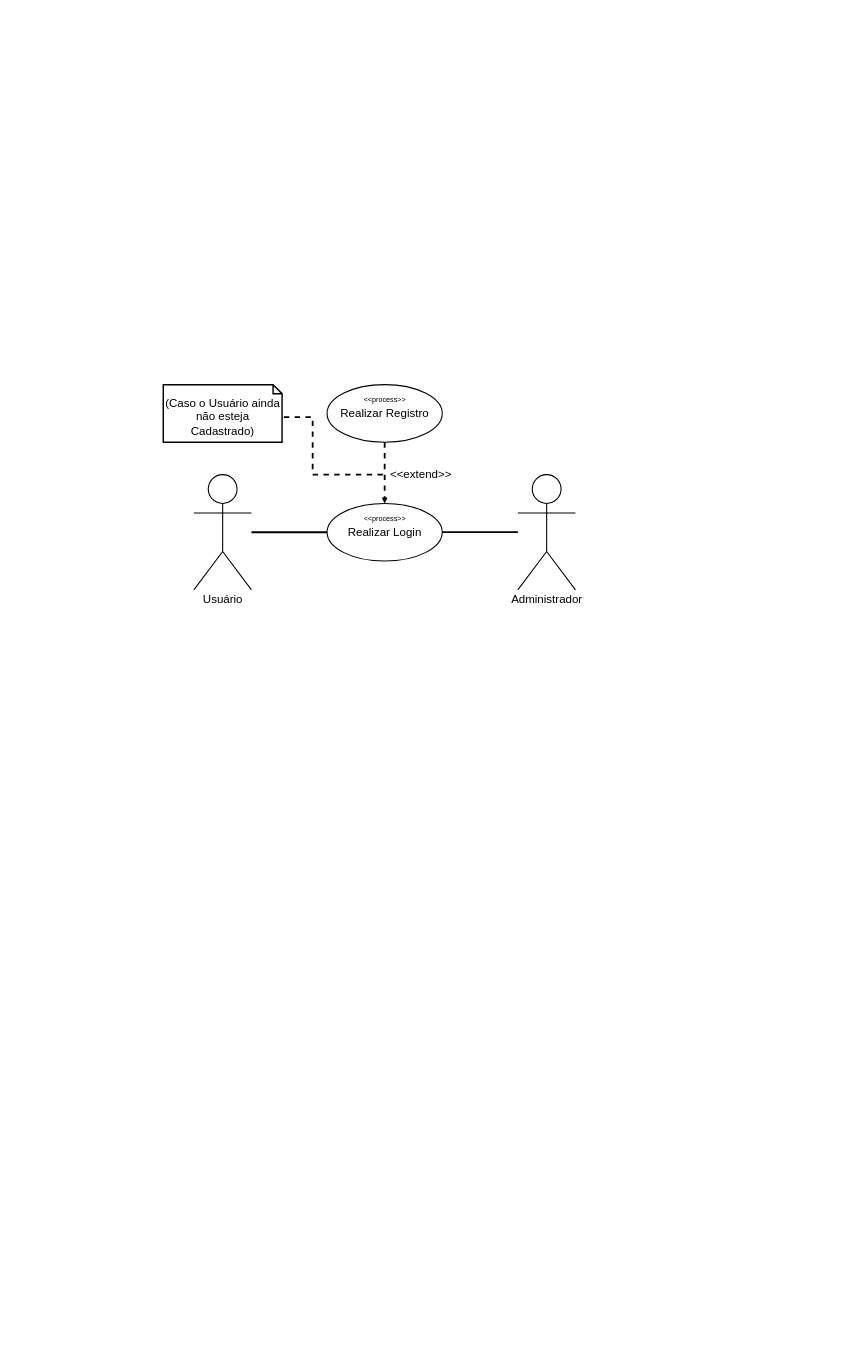
Before: misc/diagramas/Diagrama de Casos de Uso.drawio in VerbalThree/OpenVoice, a draw.io diagram. Source tidied: cells renumbered, new cells numbered last; positions are measured from the earlier drawing's top-left corner, leaving out a move shared by most shapes. Both pictures are drawn from the tidied source at 36%, with x=0, y=0 at pixel (163, 384). Pictures stored in the file or linked from it are replaced by grey dashed boxes.
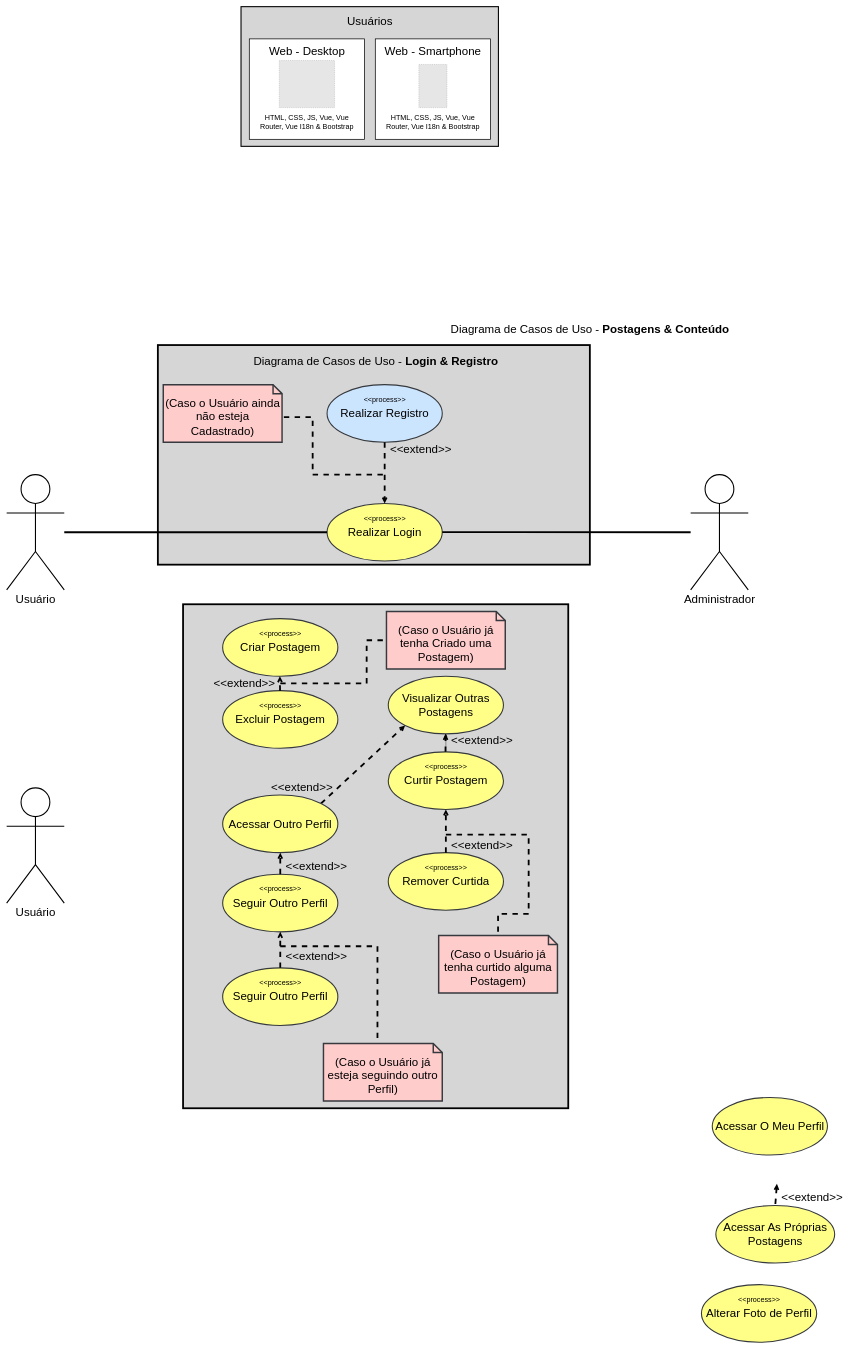
Above is the later version.

Change to the diagram source:
```diff
@@
+    <mxCell id="13" style="rounded=0;whiteSpace=wrap;html=1;fillColor=#D6D6D6;strokeWidth=5;" parent="1" vertex="1">
+      <mxGeometry x="-15" y="-110" width="1200" height="610" as="geometry" />
+    </mxCell>
     <mxCell id="2" value="&lt;font style=&quot;font-size: 32px;&quot;&gt;Usuário&lt;/font&gt;" style="shape=umlActor;verticalLabelPosition=bottom;verticalAlign=top;html=1;strokeWidth=3;" parent="1" vertex="1">
-      <mxGeometry x="85" y="250" width="160" height="320" as="geometry" />
+      <mxGeometry x="-435" y="250" width="160" height="320" as="geometry" />
     </mxCell>
-    <mxCell id="3" value="&lt;font style=&quot;font-size: 32px;&quot;&gt;Realizar Login&lt;br&gt;&lt;/font&gt;" style="ellipse;whiteSpace=wrap;html=1;strokeWidth=3;" parent="1" vertex="1">
+    <mxCell id="3" value="&lt;font style=&quot;font-size: 32px;&quot;&gt;Realizar Login&lt;br&gt;&lt;/font&gt;" style="ellipse;whiteSpace=wrap;html=1;strokeWidth=3;fillColor=#ffff88;strokeColor=#36393d;" parent="1" vertex="1">
       <mxGeometry x="455" y="330" width="320" height="160" as="geometry" />
     </mxCell>
     <mxCell id="4" value="&lt;font style=&quot;font-size: 32px;&quot;&gt;Administrador&lt;/font&gt;" style="shape=umlActor;verticalLabelPosition=bottom;verticalAlign=top;html=1;strokeWidth=3;" parent="1" vertex="1">
-      <mxGeometry x="985" y="250" width="160" height="320" as="geometry" />
+      <mxGeometry x="1465" y="250" width="160" height="320" as="geometry" />
     </mxCell>
-    <mxCell id="5" value="&lt;font style=&quot;font-size: 32px;&quot;&gt;Realizar Registro&lt;br&gt;&lt;/font&gt;" style="ellipse;whiteSpace=wrap;html=1;strokeWidth=3;" parent="1" vertex="1">
+    <mxCell id="5" value="&lt;font style=&quot;font-size: 32px;&quot;&gt;Realizar Registro&lt;br&gt;&lt;/font&gt;" style="ellipse;whiteSpace=wrap;html=1;strokeWidth=3;fillColor=#cce5ff;strokeColor=#36393d;" parent="1" vertex="1">
       <mxGeometry x="455" width="320" height="160" as="geometry" />
     </mxCell>
     <mxCell id="6" value="&lt;font style=&quot;font-size: 32px;&quot;&gt;&amp;lt;&amp;lt;extend&amp;gt;&amp;gt;&lt;/font&gt;" style="html=1;verticalAlign=bottom;labelBackgroundColor=none;endArrow=open;endFill=0;dashed=1;rounded=0;strokeWidth=5;exitX=0.5;exitY=1;exitDx=0;exitDy=0;entryX=0.5;entryY=0;entryDx=0;entryDy=0;" parent="1" edge="1" source="5" target="3">
-      <mxGeometry x="0.29" y="100" relative="1" as="geometry">
-        <mxPoint y="1" as="offset" />
-      </mxGeometry>
+      <mxGeometry x="-0.53" y="100" relative="1" as="geometry" />
     </mxCell>
@@
-    <mxCell id="8" style="endArrow=none;html=1;rounded=0;strokeWidth=5;entryX=0;entryY=0.5;entryDx=0;entryDy=0;" parent="1" edge="1">
+    <mxCell id="8" style="endArrow=none;html=1;rounded=0;strokeWidth=5;" parent="1" edge="1" target="4">
       <mxGeometry relative="1" as="geometry">
         <mxPoint x="775" y="409.4" as="sourcePoint" />
-        <mxPoint x="985" y="409.4" as="targetPoint" />
       </mxGeometry>
     </mxCell>
-    <mxCell id="9" value="&lt;div align=&quot;center&quot;&gt;&lt;font style=&quot;font-size: 32px;&quot;&gt;(Caso o Usuário ainda não esteja Cadastrado)&lt;/font&gt;&lt;br&gt;&lt;/div&gt;" style="shape=note2;boundedLbl=1;whiteSpace=wrap;html=1;size=25;verticalAlign=top;align=center;strokeWidth=4;" parent="1" vertex="1">
+    <mxCell id="9" value="&lt;div align=&quot;center&quot;&gt;&lt;font style=&quot;font-size: 32px;&quot;&gt;(Caso o Usuário ainda não esteja Cadastrado)&lt;/font&gt;&lt;br&gt;&lt;/div&gt;" style="shape=note2;boundedLbl=1;whiteSpace=wrap;html=1;size=25;verticalAlign=top;align=center;strokeWidth=4;fillColor=#ffcccc;strokeColor=#36393d;" parent="1" vertex="1">
       <mxGeometry width="330" height="160" as="geometry" />
     </mxCell>
@@
+    <mxCell id="14" value="&lt;font style=&quot;font-size: 32px;&quot;&gt;Acessar O Meu Perfil&lt;br&gt;&lt;/font&gt;" style="ellipse;whiteSpace=wrap;html=1;strokeWidth=3;fillColor=#ffff88;strokeColor=#36393d;" parent="1" vertex="1">
+      <mxGeometry x="1525" y="1980" width="320" height="160" as="geometry" />
+    </mxCell>
+    <mxCell id="15" value="&lt;font style=&quot;font-size: 32px;&quot;&gt;Acessar As Próprias Postagens&lt;br&gt;&lt;/font&gt;" style="ellipse;whiteSpace=wrap;html=1;strokeWidth=3;fillColor=#ffff88;strokeColor=#36393d;" parent="1" vertex="1">
+      <mxGeometry x="1535" y="2280" width="330" height="160" as="geometry" />
+    </mxCell>
+    <mxCell id="16" value="&lt;font style=&quot;font-size: 32px;&quot;&gt;&amp;lt;&amp;lt;extend&amp;gt;&amp;gt;&lt;/font&gt;" style="html=1;verticalAlign=bottom;labelBackgroundColor=none;endArrow=none;endFill=0;dashed=1;rounded=0;strokeWidth=5;entryX=0.5;entryY=0;entryDx=0;entryDy=0;startArrow=open;startFill=0;" parent="1" edge="1" target="15">
+      <mxGeometry x="0.62" y="101" relative="1" as="geometry">
+        <mxPoint x="1704.6" y="2220" as="sourcePoint" />
+      </mxGeometry>
+    </mxCell>
+    <mxCell id="17" value="&lt;font style=&quot;font-size: 32px;&quot;&gt;Alterar Foto de Perfil&lt;br&gt;&lt;/font&gt;" style="ellipse;whiteSpace=wrap;html=1;strokeWidth=3;fillColor=#ffff88;strokeColor=#36393d;" parent="1" vertex="1">
+      <mxGeometry x="1495" y="2500" width="320" height="160" as="geometry" />
+    </mxCell>
+    <mxCell id="18" value="&lt;font style=&quot;font-size: 20px;&quot;&gt;&amp;lt;&amp;lt;process&amp;gt;&amp;gt;&lt;/font&gt;" style="text;html=1;align=center;verticalAlign=middle;strokeColor=none;fillColor=none;" parent="1" vertex="1">
+      <mxGeometry x="1585" y="2520" width="140" height="40" as="geometry" />
+    </mxCell>
+    <mxCell id="19" style="group;" parent="1" vertex="1">
+      <mxGeometry x="216" y="-1050" width="715" height="388" as="geometry" />
+    </mxCell>
+    <mxCell id="20" style="rounded=0;whiteSpace=wrap;html=1;font-weight:bold;strokeWidth=3;perimeterSpacing=0;fillColor=#D6D6D6;fillStyle=solid;" parent="19" vertex="1">
+      <mxGeometry width="715" height="388" as="geometry" />
+    </mxCell>
+    <mxCell id="21" value="&lt;font style=&quot;font-size: 32px;&quot;&gt;Usuários&lt;/font&gt;" style="text;html=1;align=center;verticalAlign=middle;whiteSpace=wrap;rounded=0;fontSize=10;" parent="19" vertex="1">
+      <mxGeometry x="297.5" y="25" width="120" height="32" as="geometry" />
+    </mxCell>
+    <mxCell id="22" style="group;" parent="19" vertex="1">
+      <mxGeometry x="23" y="89.5" width="320" height="279" as="geometry" />
+    </mxCell>
+    <mxCell id="23" style="rounded=0;whiteSpace=wrap;html=1;strokeWidth=2;" parent="22" vertex="1">
+      <mxGeometry width="320" height="279" as="geometry" />
+    </mxCell>
+    <mxCell id="24" style="fillColor=#E6E6E6;strokeColor=#999999;dashed=1;verticalLabelPosition=bottom;labelBackgroundColor=default;verticalAlign=top;" parent="22" vertex="1">
+      <mxGeometry x="83.2" y="60" width="153.7" height="131" as="geometry" />
+    </mxCell>
+    <mxCell id="25" value="&lt;font style=&quot;font-size: 32px;&quot;&gt;Web - Desktop&lt;br&gt;&lt;/font&gt;" style="text;html=1;align=center;verticalAlign=middle;whiteSpace=wrap;rounded=0;fontSize=10;" parent="22" vertex="1">
+      <mxGeometry x="25.8" y="17" width="268.5" height="34" as="geometry" />
+    </mxCell>
+    <mxCell id="26" value="&lt;font style=&quot;font-size: 20px;&quot;&gt;HTML, CSS, JS, Vue, Vue Router, Vue I18n &amp;amp; Bootstrap&lt;/font&gt;" style="text;strokeColor=none;fillColor=none;html=1;align=center;verticalAlign=middle;whiteSpace=wrap;rounded=0;fontSize=16;" parent="22" vertex="1">
+      <mxGeometry x="25" y="210" width="270" height="40" as="geometry" />
+    </mxCell>
+    <mxCell id="27" style="group;" parent="19" vertex="1">
+      <mxGeometry x="373" y="89.5" width="320" height="279" as="geometry" />
+    </mxCell>
+    <mxCell id="28" style="rounded=0;whiteSpace=wrap;html=1;strokeWidth=2;" parent="27" vertex="1">
+      <mxGeometry width="320" height="279" as="geometry" />
+    </mxCell>
+    <mxCell id="29" value="&lt;font style=&quot;font-size: 32px;&quot;&gt;Web - Smartphone&lt;br&gt;&lt;/font&gt;" style="text;html=1;align=center;verticalAlign=middle;whiteSpace=wrap;rounded=0;fontSize=10;" parent="27" vertex="1">
+      <mxGeometry x="17.9" y="19.5" width="284.2" height="29" as="geometry" />
+    </mxCell>
+    <mxCell id="30" value="&lt;font style=&quot;font-size: 20px;&quot;&gt;HTML, CSS, JS, Vue, Vue Router, Vue I18n &amp;amp; Bootstrap&lt;/font&gt;" style="text;strokeColor=none;fillColor=none;html=1;align=center;verticalAlign=middle;whiteSpace=wrap;rounded=0;fontSize=16;" parent="27" vertex="1">
+      <mxGeometry x="25" y="210" width="270" height="40" as="geometry" />
+    </mxCell>
+    <mxCell id="31" style="fillColor=#E6E6E6;strokeColor=#999999;dashed=1;verticalLabelPosition=bottom;labelBackgroundColor=default;verticalAlign=top;" parent="27" vertex="1">
+      <mxGeometry x="121" y="71" width="78" height="120" as="geometry" />
+    </mxCell>
+    <mxCell id="32" value="&lt;font style=&quot;font-size: 32px;&quot;&gt;Diagrama de Casos de Uso - &lt;b&gt;Login &amp;amp; Registro&lt;br&gt;&lt;/b&gt;&lt;/font&gt;" style="text;html=1;align=center;verticalAlign=middle;strokeColor=none;fillColor=none;" parent="1" vertex="1">
+      <mxGeometry x="240" y="-90" width="700" height="50" as="geometry" />
+    </mxCell>
+    <mxCell id="33" value="&lt;font style=&quot;font-size: 32px;&quot;&gt;Usuário&lt;/font&gt;" style="shape=umlActor;verticalLabelPosition=bottom;verticalAlign=top;html=1;strokeWidth=3;" parent="1" vertex="1">
+      <mxGeometry x="-435" y="1120" width="160" height="320" as="geometry" />
+    </mxCell>
+    <mxCell id="34" value="&lt;font style=&quot;font-size: 32px;&quot;&gt;Diagrama de Casos de Uso - &lt;b&gt;Postagens &amp;amp; Conteúdo&lt;br&gt;&lt;/b&gt;&lt;/font&gt;" style="text;html=1;align=center;verticalAlign=middle;strokeColor=none;fillColor=none;" parent="1" vertex="1">
+      <mxGeometry x="785" y="-180" width="800" height="50" as="geometry" />
+    </mxCell>
+    <mxCell id="35" style="group;" parent="1" vertex="1">
+      <mxGeometry x="55" y="610" width="1070" height="1400" as="geometry" />
+    </mxCell>
+    <mxCell id="36" style="rounded=0;whiteSpace=wrap;html=1;fillColor=#D6D6D6;strokeWidth=5;" parent="35" vertex="1">
+      <mxGeometry width="1070" height="1400" as="geometry" />
+    </mxCell>
+    <mxCell id="37" value="&lt;font style=&quot;font-size: 32px;&quot;&gt;Visualizar Outras Postagens&lt;br&gt;&lt;/font&gt;" style="ellipse;whiteSpace=wrap;html=1;strokeWidth=3;fillColor=#ffff88;strokeColor=#36393d;" parent="35" vertex="1">
+      <mxGeometry x="570" y="200" width="320" height="160" as="geometry" />
+    </mxCell>
+    <mxCell id="38" value="&lt;font style=&quot;font-size: 32px;&quot;&gt;Criar Postagem&lt;br&gt;&lt;/font&gt;" style="ellipse;whiteSpace=wrap;html=1;strokeWidth=3;fillColor=#ffff88;strokeColor=#36393d;" parent="35" vertex="1">
+      <mxGeometry x="110" y="40" width="320" height="160" as="geometry" />
+    </mxCell>
+    <mxCell id="39" value="&lt;font style=&quot;font-size: 32px;&quot;&gt;Excluir Postagem&lt;br&gt;&lt;/font&gt;" style="ellipse;whiteSpace=wrap;html=1;strokeWidth=3;fillColor=#ffff88;strokeColor=#36393d;" parent="35" vertex="1">
+      <mxGeometry x="110" y="240" width="320" height="160" as="geometry" />
+    </mxCell>
+    <mxCell id="40" style="edgeStyle=orthogonalEdgeStyle;rounded=0;jettySize=auto;html=1;" parent="35" edge="1" source="41" target="37">
+      <mxGeometry relative="1" as="geometry" />
+    </mxCell>
+    <mxCell id="41" value="&lt;font style=&quot;font-size: 32px;&quot;&gt;Curtir Postagem&lt;br&gt;&lt;/font&gt;" style="ellipse;whiteSpace=wrap;html=1;strokeWidth=3;fillColor=#ffff88;strokeColor=#36393d;" parent="35" vertex="1">
+      <mxGeometry x="570" y="410" width="320" height="160" as="geometry" />
+    </mxCell>
+    <mxCell id="42" value="&lt;font style=&quot;font-size: 32px;&quot;&gt;Remover Curtida&lt;br&gt;&lt;/font&gt;" style="ellipse;whiteSpace=wrap;html=1;strokeWidth=3;fillColor=#ffff88;strokeColor=#36393d;" parent="35" vertex="1">
+      <mxGeometry x="570" y="690" width="320" height="160" as="geometry" />
+    </mxCell>
+    <mxCell id="43" value="&lt;font style=&quot;font-size: 32px;&quot;&gt;&amp;lt;&amp;lt;extend&amp;gt;&amp;gt;&lt;/font&gt;" style="html=1;verticalAlign=bottom;labelBackgroundColor=none;endArrow=open;endFill=0;dashed=1;rounded=0;strokeWidth=5;entryX=0.5;entryY=0;entryDx=0;entryDy=0;" parent="35" edge="1">
+      <mxGeometry x="-0.58" y="-101" relative="1" as="geometry">
+        <mxPoint x="729" y="410" as="sourcePoint" />
+        <mxPoint x="729.2" y="360" as="targetPoint" />
+      </mxGeometry>
+    </mxCell>
+    <mxCell id="44" value="&lt;font style=&quot;font-size: 32px;&quot;&gt;&amp;lt;&amp;lt;extend&amp;gt;&amp;gt;&lt;/font&gt;" style="html=1;verticalAlign=bottom;labelBackgroundColor=none;endArrow=open;endFill=0;dashed=1;rounded=0;strokeWidth=5;exitX=1;exitY=0;exitDx=0;exitDy=0;entryX=0;entryY=1;entryDx=0;entryDy=0;" parent="35" edge="1" source="47" target="37">
+      <mxGeometry x="-1" y="58" relative="1" as="geometry">
+        <mxPoint x="-14" y="19" as="offset" />
+      </mxGeometry>
+    </mxCell>
+    <mxCell id="45" style="endArrow=none;dashed=1;html=1;rounded=0;strokeWidth=5;entryX=0.5;entryY=0;entryDx=0;entryDy=0;entryPerimeter=0;" parent="35" edge="1" target="46">
+      <mxGeometry relative="1" as="geometry">
+        <mxPoint x="730" y="640" as="sourcePoint" />
+        <Array as="points">
+          <mxPoint x="960" y="640" />
+          <mxPoint x="960" y="860" />
+          <mxPoint x="875" y="860" />
+        </Array>
+      </mxGeometry>
+    </mxCell>
+    <mxCell id="46" value="&lt;font style=&quot;font-size: 32px;&quot;&gt;(Caso o Usuário já tenha curtido alguma Postagem)&lt;br&gt;&lt;/font&gt;" style="shape=note2;boundedLbl=1;whiteSpace=wrap;html=1;size=25;verticalAlign=top;align=center;strokeWidth=4;fillColor=#ffcccc;strokeColor=#36393d;" parent="35" vertex="1">
+      <mxGeometry x="710" y="920" width="330" height="160" as="geometry" />
+    </mxCell>
+    <mxCell id="47" value="&lt;font style=&quot;font-size: 32px;&quot;&gt;Acessar Outro Perfil&lt;br&gt;&lt;/font&gt;" style="ellipse;whiteSpace=wrap;html=1;strokeWidth=3;fillColor=#ffff88;strokeColor=#36393d;" parent="35" vertex="1">
+      <mxGeometry x="110" y="530" width="320" height="160" as="geometry" />
+    </mxCell>
+    <mxCell id="48" value="&lt;font style=&quot;font-size: 32px;&quot;&gt;&amp;lt;&amp;lt;extend&amp;gt;&amp;gt;&lt;/font&gt;" style="html=1;verticalAlign=bottom;labelBackgroundColor=none;endArrow=open;endFill=0;dashed=1;rounded=0;strokeWidth=5;entryX=0.5;entryY=1;entryDx=0;entryDy=0;exitX=0.5;exitY=0;exitDx=0;exitDy=0;" parent="35" edge="1" source="42" target="41">
+      <mxGeometry x="-1" y="-100" relative="1" as="geometry" />
+    </mxCell>
+    <mxCell id="49" value="&lt;font style=&quot;font-size: 32px;&quot;&gt;Seguir Outro Perfil&lt;br&gt;&lt;/font&gt;" style="ellipse;whiteSpace=wrap;html=1;strokeWidth=3;fillColor=#ffff88;strokeColor=#36393d;" parent="35" vertex="1">
+      <mxGeometry x="110" y="750" width="320" height="160" as="geometry" />
+    </mxCell>
+    <mxCell id="50" value="&lt;font style=&quot;font-size: 32px;&quot;&gt;&amp;lt;&amp;lt;extend&amp;gt;&amp;gt;&lt;/font&gt;" style="html=1;verticalAlign=bottom;labelBackgroundColor=none;endArrow=open;endFill=0;dashed=1;rounded=0;strokeWidth=5;entryX=0.5;entryY=1;entryDx=0;entryDy=0;exitX=0.5;exitY=0;exitDx=0;exitDy=0;" parent="35" edge="1" source="49" target="47">
+      <mxGeometry x="-1" y="-100" relative="1" as="geometry" />
+    </mxCell>
+    <mxCell id="51" value="&lt;font style=&quot;font-size: 32px;&quot;&gt;Seguir Outro Perfil&lt;br&gt;&lt;/font&gt;" style="ellipse;whiteSpace=wrap;html=1;strokeWidth=3;fillColor=#ffff88;strokeColor=#36393d;" parent="35" vertex="1">
+      <mxGeometry x="110" y="1010" width="320" height="160" as="geometry" />
+    </mxCell>
+    <mxCell id="52" value="&lt;font style=&quot;font-size: 32px;&quot;&gt;&amp;lt;&amp;lt;extend&amp;gt;&amp;gt;&lt;/font&gt;" style="html=1;verticalAlign=bottom;labelBackgroundColor=none;endArrow=open;endFill=0;dashed=1;rounded=0;strokeWidth=5;entryX=0.5;entryY=1;entryDx=0;entryDy=0;exitX=0.5;exitY=0;exitDx=0;exitDy=0;" parent="35" edge="1" source="51" target="49">
+      <mxGeometry x="-0.8" y="-100" relative="1" as="geometry" />
+    </mxCell>
+    <mxCell id="53" style="endArrow=none;dashed=1;html=1;rounded=0;strokeWidth=5;" parent="35" edge="1">
+      <mxGeometry relative="1" as="geometry">
+        <mxPoint x="270" y="950" as="sourcePoint" />
+        <mxPoint x="540" y="1220" as="targetPoint" />
+        <Array as="points">
+          <mxPoint x="540" y="950" />
+        </Array>
+      </mxGeometry>
+    </mxCell>
+    <mxCell id="54" value="&lt;font style=&quot;font-size: 32px;&quot;&gt;(Caso o Usuário já esteja seguindo outro Perfil)&lt;br&gt;&lt;/font&gt;" style="shape=note2;boundedLbl=1;whiteSpace=wrap;html=1;size=25;verticalAlign=top;align=center;strokeWidth=4;fillColor=#ffcccc;strokeColor=#36393d;" parent="35" vertex="1">
+      <mxGeometry x="390" y="1220" width="330" height="160" as="geometry" />
+    </mxCell>
+    <mxCell id="55" value="&lt;font style=&quot;font-size: 32px;&quot;&gt;&amp;lt;&amp;lt;extend&amp;gt;&amp;gt;&lt;/font&gt;" style="html=1;verticalAlign=bottom;labelBackgroundColor=none;endArrow=open;endFill=0;dashed=1;rounded=0;strokeWidth=5;exitX=0.5;exitY=0;exitDx=0;exitDy=0;" parent="35" edge="1">
+      <mxGeometry x="-0.95" y="99" relative="1" as="geometry">
+        <mxPoint x="269.4" y="240" as="sourcePoint" />
+        <mxPoint x="269" y="200" as="targetPoint" />
+      </mxGeometry>
+    </mxCell>
+    <mxCell id="56" style="endArrow=none;dashed=1;html=1;rounded=0;strokeWidth=5;entryX=0;entryY=0.5;entryDx=0;entryDy=0;entryPerimeter=0;" parent="35" edge="1" target="57">
+      <mxGeometry relative="1" as="geometry">
+        <mxPoint x="270" y="220" as="sourcePoint" />
+        <Array as="points">
+          <mxPoint x="510" y="220" />
+          <mxPoint x="510" y="100" />
+        </Array>
+      </mxGeometry>
+    </mxCell>
+    <mxCell id="57" value="&lt;font style=&quot;font-size: 32px;&quot;&gt;(Caso o Usuário já tenha Criado uma Postagem)&lt;br&gt;&lt;/font&gt;" style="shape=note2;boundedLbl=1;whiteSpace=wrap;html=1;size=25;verticalAlign=top;align=center;strokeWidth=4;fillColor=#ffcccc;strokeColor=#36393d;" parent="35" vertex="1">
+      <mxGeometry x="565" y="20" width="330" height="160" as="geometry" />
+    </mxCell>
+    <mxCell id="58" value="&lt;font style=&quot;font-size: 20px;&quot;&gt;&amp;lt;&amp;lt;process&amp;gt;&amp;gt;&lt;/font&gt;" style="text;html=1;align=center;verticalAlign=middle;strokeColor=none;fillColor=none;" parent="35" vertex="1">
+      <mxGeometry x="200" y="60" width="140" height="40" as="geometry" />
+    </mxCell>
+    <mxCell id="59" value="&lt;font style=&quot;font-size: 20px;&quot;&gt;&amp;lt;&amp;lt;process&amp;gt;&amp;gt;&lt;/font&gt;" style="text;html=1;align=center;verticalAlign=middle;strokeColor=none;fillColor=none;" parent="35" vertex="1">
+      <mxGeometry x="200" y="260" width="140" height="40" as="geometry" />
+    </mxCell>
+    <mxCell id="60" value="&lt;font style=&quot;font-size: 20px;&quot;&gt;&amp;lt;&amp;lt;process&amp;gt;&amp;gt;&lt;/font&gt;" style="text;html=1;align=center;verticalAlign=middle;strokeColor=none;fillColor=none;" parent="35" vertex="1">
+      <mxGeometry x="660" y="430" width="140" height="40" as="geometry" />
+    </mxCell>
+    <mxCell id="61" value="&lt;font style=&quot;font-size: 20px;&quot;&gt;&amp;lt;&amp;lt;process&amp;gt;&amp;gt;&lt;/font&gt;" style="text;html=1;align=center;verticalAlign=middle;strokeColor=none;fillColor=none;" parent="35" vertex="1">
+      <mxGeometry x="660" y="710" width="140" height="40" as="geometry" />
+    </mxCell>
+    <mxCell id="62" value="&lt;font style=&quot;font-size: 20px;&quot;&gt;&amp;lt;&amp;lt;process&amp;gt;&amp;gt;&lt;/font&gt;" style="text;html=1;align=center;verticalAlign=middle;strokeColor=none;fillColor=none;" parent="35" vertex="1">
+      <mxGeometry x="200" y="770" width="140" height="40" as="geometry" />
+    </mxCell>
+    <mxCell id="63" value="&lt;font style=&quot;font-size: 20px;&quot;&gt;&amp;lt;&amp;lt;process&amp;gt;&amp;gt;&lt;/font&gt;" style="text;html=1;align=center;verticalAlign=middle;strokeColor=none;fillColor=none;" parent="35" vertex="1">
+      <mxGeometry x="200" y="1030" width="140" height="40" as="geometry" />
+    </mxCell>
```
